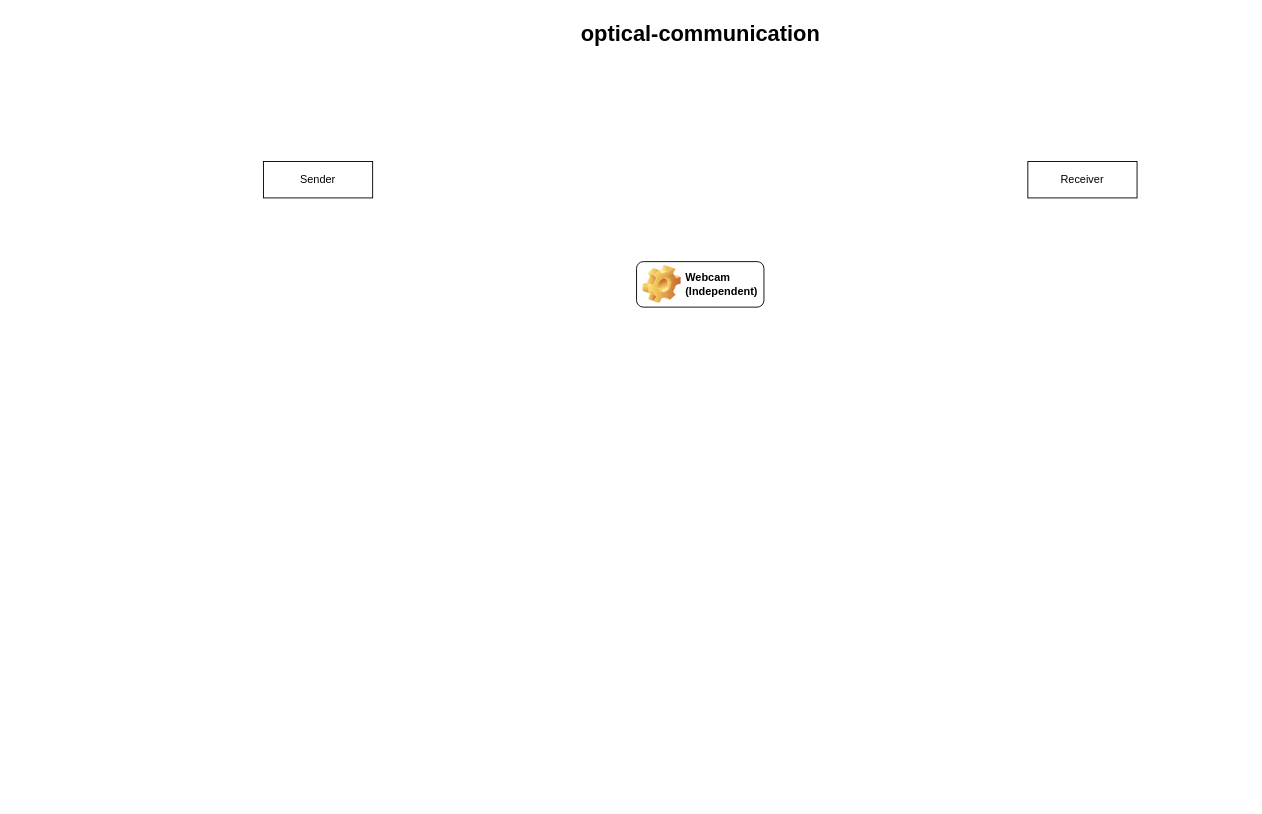
Earlier version of the draw.io diagram maps/optical-communication.drawio (Loadofspaghetti/Optical-Communication). Source tidied: cells renumbered, new cells numbered last; positions are measured from the earlier drawing's top-left corner, leaving out a move shared by most shapes. Both pictures are drawn from the tidied source at 91%, with x=0, y=0 at pixel (263, 15).
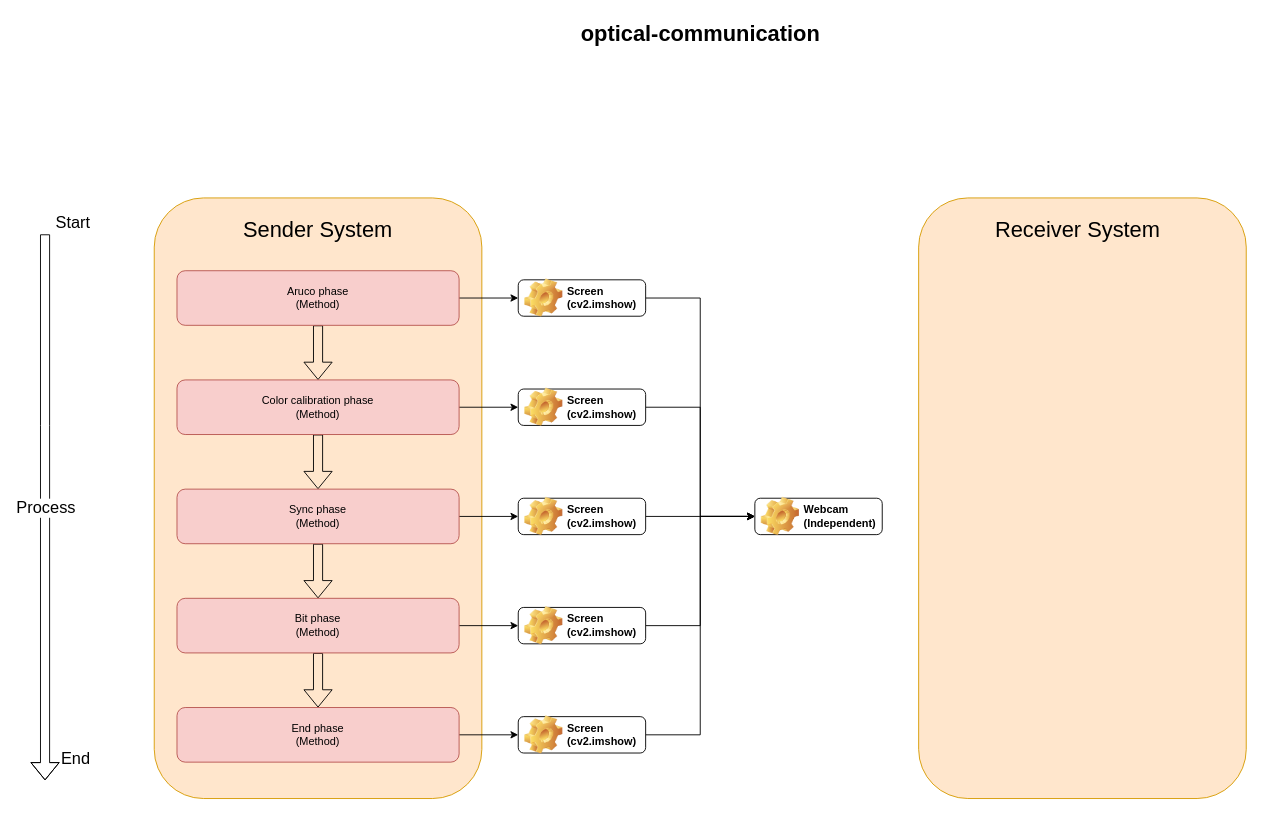
Above is the later version.

The edit, as a diff of the source:
```diff
@@
     <mxCell id="3" value="Webcam&lt;div&gt;(Independent)&lt;/div&gt;" style="label;whiteSpace=wrap;html=1;image=img/clipart/Gear_128x128.png;" parent="1" vertex="1">
-      <mxGeometry x="410" y="270" width="140" height="50" as="geometry" />
+      <mxGeometry x="540" y="530" width="140" height="40" as="geometry" />
     </mxCell>
-    <mxCell id="4" value="Sender" style="rounded=0;whiteSpace=wrap;html=1;" parent="1" vertex="1">
-      <mxGeometry y="160" width="120" height="40" as="geometry" />
-    </mxCell>
-    <mxCell id="5" value="Receiver" style="rounded=0;whiteSpace=wrap;html=1;" parent="1" vertex="1">
-      <mxGeometry x="840" y="160" width="120" height="40" as="geometry" />
-    </mxCell>
+    <mxCell id="6" style="rounded=1;whiteSpace=wrap;html=1;fillColor=#ffe6cc;strokeColor=#d79b00;horizontal=1;fontStyle=1;spacingTop=1;" parent="1" vertex="1">
+      <mxGeometry x="-120" y="200" width="360" height="660" as="geometry" />
+    </mxCell>
+    <mxCell id="7" style="edgeStyle=orthogonalEdgeStyle;rounded=0;jettySize=auto;html=1;exitX=1;exitY=0.5;exitDx=0;exitDy=0;entryX=0;entryY=0.5;entryDx=0;entryDy=0;" parent="1" edge="1" source="8" target="3">
+      <mxGeometry relative="1" as="geometry" />
+    </mxCell>
+    <mxCell id="8" value="Screen&lt;div&gt;(cv2.imshow)&lt;/div&gt;" style="label;whiteSpace=wrap;html=1;image=img/clipart/Gear_128x128.png;" parent="1" vertex="1">
+      <mxGeometry x="280" y="290" width="140" height="40" as="geometry" />
+    </mxCell>
+    <mxCell id="9" style="edgeStyle=orthogonalEdgeStyle;rounded=0;jettySize=auto;html=1;exitX=0.5;exitY=1;exitDx=0;exitDy=0;entryX=0.5;entryY=0;entryDx=0;entryDy=0;shape=flexArrow;" parent="1" edge="1" source="11" target="14">
+      <mxGeometry relative="1" as="geometry" />
+    </mxCell>
+    <mxCell id="10" style="edgeStyle=orthogonalEdgeStyle;rounded=0;jettySize=auto;html=1;exitX=1;exitY=0.5;exitDx=0;exitDy=0;entryX=0;entryY=0.5;entryDx=0;entryDy=0;" parent="1" edge="1" source="11" target="8">
+      <mxGeometry relative="1" as="geometry" />
+    </mxCell>
+    <mxCell id="11" value="Aruco phase&lt;div&gt;(Method)&lt;/div&gt;" style="rounded=1;whiteSpace=wrap;html=1;fillColor=#f8cecc;strokeColor=#b85450;" parent="1" vertex="1">
+      <mxGeometry x="-95" y="280" width="310" height="60" as="geometry" />
+    </mxCell>
+    <mxCell id="12" style="edgeStyle=orthogonalEdgeStyle;rounded=0;jettySize=auto;html=1;exitX=0.5;exitY=1;exitDx=0;exitDy=0;entryX=0.5;entryY=0;entryDx=0;entryDy=0;shape=flexArrow;" parent="1" edge="1" source="14" target="18">
+      <mxGeometry relative="1" as="geometry" />
+    </mxCell>
+    <mxCell id="13" style="edgeStyle=orthogonalEdgeStyle;rounded=0;jettySize=auto;html=1;exitX=1;exitY=0.5;exitDx=0;exitDy=0;entryX=0;entryY=0.5;entryDx=0;entryDy=0;" parent="1" edge="1" source="14" target="25">
+      <mxGeometry relative="1" as="geometry" />
+    </mxCell>
+    <mxCell id="14" value="Color calibration phase&lt;div&gt;(Method)&lt;/div&gt;" style="rounded=1;whiteSpace=wrap;html=1;fillColor=#f8cecc;strokeColor=#b85450;" parent="1" vertex="1">
+      <mxGeometry x="-95" y="400" width="310" height="60" as="geometry" />
+    </mxCell>
+    <mxCell id="15" value="&lt;font style=&quot;font-size: 24px;&quot;&gt;Sender System&lt;/font&gt;" style="text;html=1;whiteSpace=wrap;strokeColor=none;fillColor=none;align=center;verticalAlign=middle;rounded=0;" parent="1" vertex="1">
+      <mxGeometry x="-45" y="210" width="210" height="50" as="geometry" />
+    </mxCell>
+    <mxCell id="16" style="edgeStyle=orthogonalEdgeStyle;rounded=0;jettySize=auto;html=1;exitX=0.5;exitY=1;exitDx=0;exitDy=0;entryX=0.5;entryY=0;entryDx=0;entryDy=0;shape=flexArrow;" parent="1" edge="1" source="18" target="21">
+      <mxGeometry relative="1" as="geometry" />
+    </mxCell>
+    <mxCell id="17" style="edgeStyle=orthogonalEdgeStyle;rounded=0;jettySize=auto;html=1;exitX=1;exitY=0.5;exitDx=0;exitDy=0;entryX=0;entryY=0.5;entryDx=0;entryDy=0;" parent="1" edge="1" source="18" target="27">
+      <mxGeometry relative="1" as="geometry" />
+    </mxCell>
+    <mxCell id="18" value="Sync phase&lt;div&gt;(Method&lt;span style=&quot;background-color: transparent; color: light-dark(rgb(0, 0, 0), rgb(255, 255, 255));&quot;&gt;)&lt;/span&gt;&lt;/div&gt;" style="rounded=1;whiteSpace=wrap;html=1;fillColor=#f8cecc;strokeColor=#b85450;" parent="1" vertex="1">
+      <mxGeometry x="-95" y="520" width="310" height="60" as="geometry" />
+    </mxCell>
+    <mxCell id="19" style="edgeStyle=orthogonalEdgeStyle;rounded=0;jettySize=auto;html=1;exitX=0.5;exitY=1;exitDx=0;exitDy=0;entryX=0.5;entryY=0;entryDx=0;entryDy=0;shape=flexArrow;" parent="1" edge="1" source="21" target="23">
+      <mxGeometry relative="1" as="geometry" />
+    </mxCell>
+    <mxCell id="20" style="edgeStyle=orthogonalEdgeStyle;rounded=0;jettySize=auto;html=1;exitX=1;exitY=0.5;exitDx=0;exitDy=0;entryX=0;entryY=0.5;entryDx=0;entryDy=0;" parent="1" edge="1" source="21" target="29">
+      <mxGeometry relative="1" as="geometry" />
+    </mxCell>
+    <mxCell id="21" value="Bit phase&lt;div&gt;(Method)&lt;/div&gt;" style="rounded=1;whiteSpace=wrap;html=1;fillColor=#f8cecc;strokeColor=#b85450;" parent="1" vertex="1">
+      <mxGeometry x="-95" y="640" width="310" height="60" as="geometry" />
+    </mxCell>
+    <mxCell id="22" style="edgeStyle=orthogonalEdgeStyle;rounded=0;jettySize=auto;html=1;exitX=1;exitY=0.5;exitDx=0;exitDy=0;entryX=0;entryY=0.5;entryDx=0;entryDy=0;" parent="1" edge="1" source="23" target="31">
+      <mxGeometry relative="1" as="geometry" />
+    </mxCell>
+    <mxCell id="23" value="End phase&lt;div&gt;(Method)&lt;/div&gt;" style="rounded=1;whiteSpace=wrap;html=1;fillColor=#f8cecc;strokeColor=#b85450;" parent="1" vertex="1">
+      <mxGeometry x="-95" y="760" width="310" height="60" as="geometry" />
+    </mxCell>
+    <mxCell id="24" style="edgeStyle=orthogonalEdgeStyle;rounded=0;jettySize=auto;html=1;exitX=1;exitY=0.5;exitDx=0;exitDy=0;entryX=0;entryY=0.5;entryDx=0;entryDy=0;" parent="1" edge="1" source="25" target="3">
+      <mxGeometry relative="1" as="geometry" />
+    </mxCell>
+    <mxCell id="25" value="Screen&lt;div&gt;(cv2.imshow)&lt;/div&gt;" style="label;whiteSpace=wrap;html=1;image=img/clipart/Gear_128x128.png;" parent="1" vertex="1">
+      <mxGeometry x="280" y="410" width="140" height="40" as="geometry" />
+    </mxCell>
+    <mxCell id="26" style="edgeStyle=orthogonalEdgeStyle;rounded=0;jettySize=auto;html=1;exitX=1;exitY=0.5;exitDx=0;exitDy=0;entryX=0;entryY=0.5;entryDx=0;entryDy=0;" parent="1" edge="1" source="27" target="3">
+      <mxGeometry relative="1" as="geometry" />
+    </mxCell>
+    <mxCell id="27" value="Screen&lt;div&gt;(cv2.imshow)&lt;/div&gt;" style="label;whiteSpace=wrap;html=1;image=img/clipart/Gear_128x128.png;" parent="1" vertex="1">
+      <mxGeometry x="280" y="530" width="140" height="40" as="geometry" />
+    </mxCell>
+    <mxCell id="28" style="edgeStyle=orthogonalEdgeStyle;rounded=0;jettySize=auto;html=1;exitX=1;exitY=0.5;exitDx=0;exitDy=0;entryX=0;entryY=0.5;entryDx=0;entryDy=0;" parent="1" edge="1" source="29" target="3">
+      <mxGeometry relative="1" as="geometry" />
+    </mxCell>
+    <mxCell id="29" value="Screen&lt;div&gt;(cv2.imshow)&lt;/div&gt;" style="label;whiteSpace=wrap;html=1;image=img/clipart/Gear_128x128.png;" parent="1" vertex="1">
+      <mxGeometry x="280" y="650" width="140" height="40" as="geometry" />
+    </mxCell>
+    <mxCell id="30" style="edgeStyle=orthogonalEdgeStyle;rounded=0;jettySize=auto;html=1;exitX=1;exitY=0.5;exitDx=0;exitDy=0;entryX=0;entryY=0.5;entryDx=0;entryDy=0;" parent="1" edge="1" source="31" target="3">
+      <mxGeometry relative="1" as="geometry" />
+    </mxCell>
+    <mxCell id="31" value="Screen&lt;div&gt;(cv2.imshow)&lt;/div&gt;" style="label;whiteSpace=wrap;html=1;image=img/clipart/Gear_128x128.png;" parent="1" vertex="1">
+      <mxGeometry x="280" y="770" width="140" height="40" as="geometry" />
+    </mxCell>
+    <mxCell id="32" style="rounded=1;whiteSpace=wrap;html=1;fillColor=#ffe6cc;strokeColor=#d79b00;horizontal=1;fontStyle=1;spacingTop=1;" parent="1" vertex="1">
+      <mxGeometry x="720" y="200" width="360" height="660" as="geometry" />
+    </mxCell>
+    <mxCell id="33" value="&lt;font style=&quot;font-size: 24px;&quot;&gt;Receiver System&lt;/font&gt;" style="text;html=1;whiteSpace=wrap;strokeColor=none;fillColor=none;align=center;verticalAlign=middle;rounded=0;" parent="1" vertex="1">
+      <mxGeometry x="750" y="220" width="290" height="30" as="geometry" />
+    </mxCell>
+    <mxCell id="34" style="endArrow=classic;html=1;rounded=0;shape=flexArrow;" parent="1" edge="1">
+      <mxGeometry relative="1" as="geometry">
+        <mxPoint x="-240" y="240" as="sourcePoint" />
+        <mxPoint x="-240" y="840" as="targetPoint" />
+        <Array as="points">
+          <mxPoint x="-240" y="450" />
+        </Array>
+      </mxGeometry>
+    </mxCell>
+    <mxCell id="35" value="&lt;font style=&quot;font-size: 18px;&quot;&gt;Process&lt;/font&gt;" style="edgeLabel;html=1;align=center;verticalAlign=middle;" parent="34" vertex="1">
+      <mxGeometry relative="1" as="geometry" />
+    </mxCell>
+    <mxCell id="36" value="&lt;font style=&quot;font-size: 18px;&quot;&gt;Start&lt;/font&gt;" style="edgeLabel;html=1;align=left;verticalAlign=bottom;" parent="34" vertex="1">
+      <mxGeometry x="-1" relative="1" as="geometry">
+        <mxPoint x="10" as="offset" />
+      </mxGeometry>
+    </mxCell>
+    <mxCell id="37" value="&lt;span style=&quot;font-size: 18px;&quot;&gt;End&lt;/span&gt;" style="edgeLabel;html=1;align=right;verticalAlign=bottom;rotation=0;" parent="34" vertex="1">
+      <mxGeometry x="1" relative="1" as="geometry">
+        <mxPoint x="50" y="-10" as="offset" />
+      </mxGeometry>
+    </mxCell>
```
